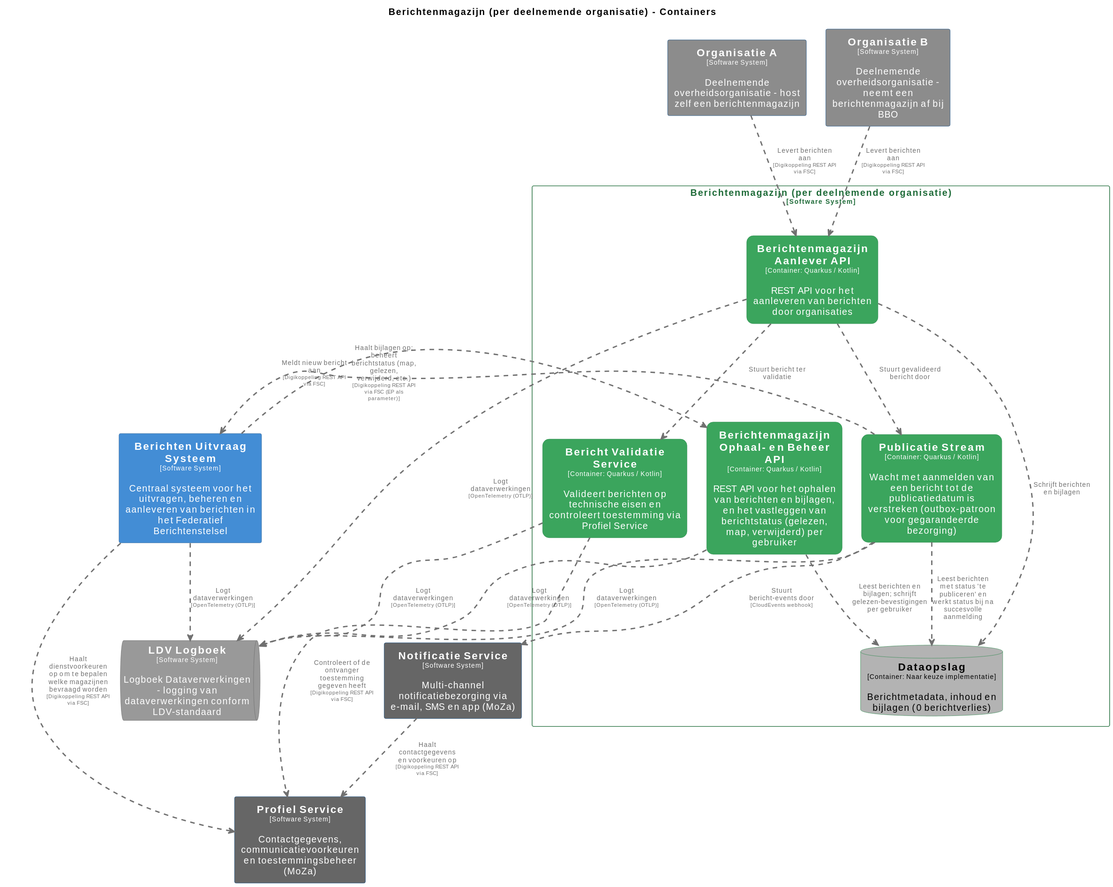
MinBZK/moza-poc-fbs-berichtenbox keeps this PlantUML diagram as pr-preview/pr-22/master/svg/BerichtenmagazijnContainers.svg. Above is the earlier version. Its source is kept beside it as pr-preview/pr-22/master/puml/BerichtenmagazijnContainers.puml.
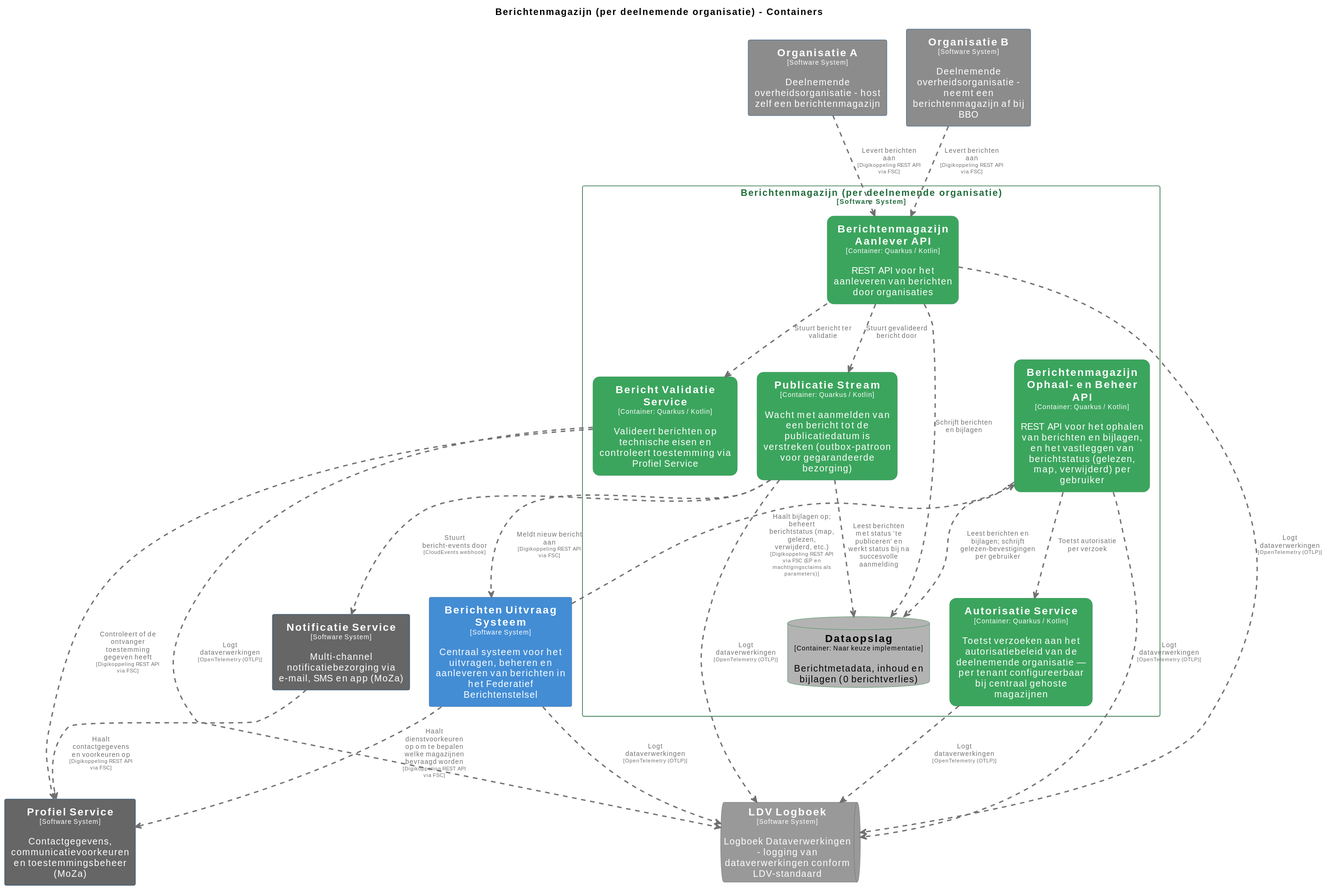
The same file after the commit.

What changed in the source:
```diff
@@ -15,6 +15,13 @@
 
 hide stereotype
 
+skinparam rectangle<<Berichtenmagazijnperdeelnemendeorganisatie.AutorisatieService>> {
+  BackgroundColor #3ba55d
+  FontColor #ffffff
+  BorderColor #2d8a4e
+  roundCorner 20
+  shadowing false
+}
 skinparam rectangle<<Berichtenmagazijnperdeelnemendeorganisatie.BerichtValidatieService>> {
   BackgroundColor #3ba55d
   FontColor #ffffff
@@ -104,24 +111,27 @@
   database "==Dataopslag\n<size:10>[Container: Naar keuze implementatie]</size>\n\nBerichtmetadata, inhoud en bijlagen (0 berichtverlies)" <<Berichtenmagazijnperdeelnemendeorganisatie.Dataopslag>> as Berichtenmagazijnperdeelnemendeorganisatie.Dataopslag
   rectangle "==Bericht Validatie Service\n<size:10>[Container: Quarkus / Kotlin]</size>\n\nValideert berichten op technische eisen en controleert toestemming via Profiel Service" <<Berichtenmagazijnperdeelnemendeorganisatie.BerichtValidatieService>> as Berichtenmagazijnperdeelnemendeorganisatie.BerichtValidatieService
   rectangle "==Publicatie Stream\n<size:10>[Container: Quarkus / Kotlin]</size>\n\nWacht met aanmelden van een bericht tot de publicatiedatum is verstreken (outbox-patroon voor gegarandeerde bezorging)" <<Berichtenmagazijnperdeelnemendeorganisatie.PublicatieStream>> as Berichtenmagazijnperdeelnemendeorganisatie.PublicatieStream
+  rectangle "==Autorisatie Service\n<size:10>[Container: Quarkus / Kotlin]</size>\n\nToetst verzoeken aan het autorisatiebeleid van de deelnemende organisatie — per tenant configureerbaar bij centraal gehoste magazijnen" <<Berichtenmagazijnperdeelnemendeorganisatie.AutorisatieService>> as Berichtenmagazijnperdeelnemendeorganisatie.AutorisatieService
 }
 
+Berichtenmagazijnperdeelnemendeorganisatie.BerichtValidatieService .[#707070,thickness=2].> ProfielService : "<color:#707070>Controleert of de ontvanger toestemming gegeven heeft\n<color:#707070><size:8>[Digikoppeling REST API via FSC]</size>"
 BerichtenUitvraagSysteem .[#707070,thickness=2].> ProfielService : "<color:#707070>Haalt dienstvoorkeuren op om te bepalen welke magazijnen bevraagd worden\n<color:#707070><size:8>[Digikoppeling REST API via FSC]</size>"
 Berichtenmagazijnperdeelnemendeorganisatie.BerichtenmagazijnOphaalenBeheerAPI .[#707070,thickness=2].> LDVLogboek : "<color:#707070>Logt dataverwerkingen\n<color:#707070><size:8>[OpenTelemetry (OTLP)]</size>"
 Berichtenmagazijnperdeelnemendeorganisatie.BerichtenmagazijnAanleverAPI .[#707070,thickness=2].> LDVLogboek : "<color:#707070>Logt dataverwerkingen\n<color:#707070><size:8>[OpenTelemetry (OTLP)]</size>"
 Berichtenmagazijnperdeelnemendeorganisatie.BerichtValidatieService .[#707070,thickness=2].> LDVLogboek : "<color:#707070>Logt dataverwerkingen\n<color:#707070><size:8>[OpenTelemetry (OTLP)]</size>"
 BerichtenUitvraagSysteem .[#707070,thickness=2].> LDVLogboek : "<color:#707070>Logt dataverwerkingen\n<color:#707070><size:8>[OpenTelemetry (OTLP)]</size>"
+Berichtenmagazijnperdeelnemendeorganisatie.AutorisatieService .[#707070,thickness=2].> LDVLogboek : "<color:#707070>Logt dataverwerkingen\n<color:#707070><size:8>[OpenTelemetry (OTLP)]</size>"
 Berichtenmagazijnperdeelnemendeorganisatie.PublicatieStream .[#707070,thickness=2].> LDVLogboek : "<color:#707070>Logt dataverwerkingen\n<color:#707070><size:8>[OpenTelemetry (OTLP)]</size>"
 Berichtenmagazijnperdeelnemendeorganisatie.BerichtenmagazijnOphaalenBeheerAPI .[#707070,thickness=2].> Berichtenmagazijnperdeelnemendeorganisatie.Dataopslag : "<color:#707070>Leest berichten en bijlagen; schrijft gelezen-bevestigingen per gebruiker"
 Berichtenmagazijnperdeelnemendeorganisatie.BerichtenmagazijnAanleverAPI .[#707070,thickness=2].> Berichtenmagazijnperdeelnemendeorganisatie.Dataopslag : "<color:#707070>Schrijft berichten en bijlagen"
 Berichtenmagazijnperdeelnemendeorganisatie.BerichtenmagazijnAanleverAPI .[#707070,thickness=2].> Berichtenmagazijnperdeelnemendeorganisatie.BerichtValidatieService : "<color:#707070>Stuurt bericht ter validatie"
 Berichtenmagazijnperdeelnemendeorganisatie.BerichtenmagazijnAanleverAPI .[#707070,thickness=2].> Berichtenmagazijnperdeelnemendeorganisatie.PublicatieStream : "<color:#707070>Stuurt gevalideerd bericht door"
 Berichtenmagazijnperdeelnemendeorganisatie.PublicatieStream .[#707070,thickness=2].> Berichtenmagazijnperdeelnemendeorganisatie.Dataopslag : "<color:#707070>Leest berichten met status 'te publiceren' en werkt status bij na succesvolle aanmelding"
-BerichtenUitvraagSysteem .[#707070,thickness=2].> Berichtenmagazijnperdeelnemendeorganisatie.BerichtenmagazijnOphaalenBeheerAPI : "<color:#707070>Haalt bijlagen op; beheert berichtstatus (map, gelezen, verwijderd, etc.)\n<color:#707070><size:8>[Digikoppeling REST API via FSC (EP als parameter)]</size>"
+Berichtenmagazijnperdeelnemendeorganisatie.BerichtenmagazijnOphaalenBeheerAPI .[#707070,thickness=2].> Berichtenmagazijnperdeelnemendeorganisatie.AutorisatieService : "<color:#707070>Toetst autorisatie per verzoek"
+BerichtenUitvraagSysteem .[#707070,thickness=2].> Berichtenmagazijnperdeelnemendeorganisatie.BerichtenmagazijnOphaalenBeheerAPI : "<color:#707070>Haalt bijlagen op; beheert berichtstatus (map, gelezen, verwijderd, etc.)\n<color:#707070><size:8>[Digikoppeling REST API via FSC (EP en machtigingsclaims als parameters)]</size>"
 Berichtenmagazijnperdeelnemendeorganisatie.PublicatieStream .[#707070,thickness=2].> BerichtenUitvraagSysteem : "<color:#707070>Meldt nieuw bericht aan\n<color:#707070><size:8>[Digikoppeling REST API via FSC]</size>"
 Berichtenmagazijnperdeelnemendeorganisatie.PublicatieStream .[#707070,thickness=2].> NotificatieService : "<color:#707070>Stuurt bericht-events door\n<color:#707070><size:8>[CloudEvents webhook]</size>"
 NotificatieService .[#707070,thickness=2].> ProfielService : "<color:#707070>Haalt contactgegevens en voorkeuren op\n<color:#707070><size:8>[Digikoppeling REST API via FSC]</size>"
 OrganisatieA .[#707070,thickness=2].> Berichtenmagazijnperdeelnemendeorganisatie.BerichtenmagazijnAanleverAPI : "<color:#707070>Levert berichten aan\n<color:#707070><size:8>[Digikoppeling REST API via FSC]</size>"
 OrganisatieB .[#707070,thickness=2].> Berichtenmagazijnperdeelnemendeorganisatie.BerichtenmagazijnAanleverAPI : "<color:#707070>Levert berichten aan\n<color:#707070><size:8>[Digikoppeling REST API via FSC]</size>"
-Berichtenmagazijnperdeelnemendeorganisatie.BerichtValidatieService .[#707070,thickness=2].> ProfielService : "<color:#707070>Controleert of de ontvanger toestemming gegeven heeft\n<color:#707070><size:8>[Digikoppeling REST API via FSC]</size>"
 @enduml
```
